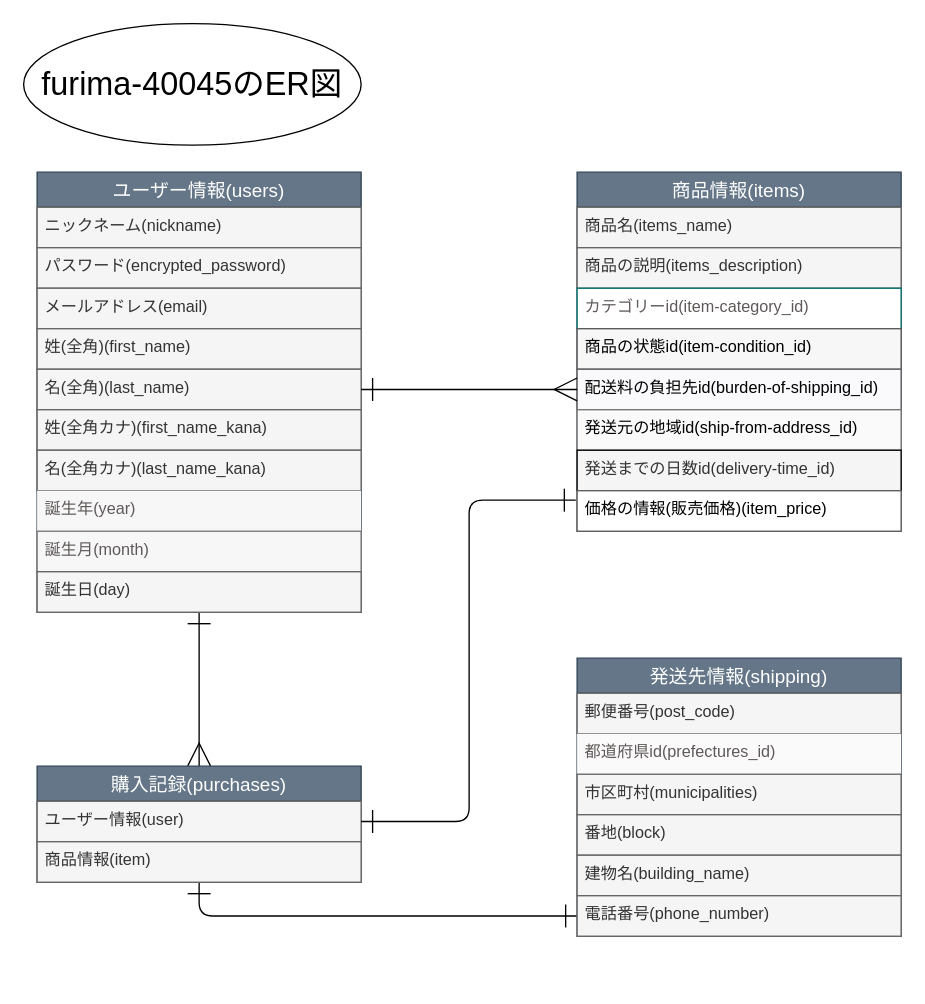
asukyu00/furima-40045 keeps this draw.io diagram as page "ページ1" (1 of 2) of furimaER.dio. Above is the earlier version. Source tidied: cells renumbered, new cells numbered last; positions are measured from the earlier drawing's top-left corner, leaving out a move shared by most shapes. Both pictures are drawn from the tidied source at 135%, with x=0, y=0 at pixel (23, 23).
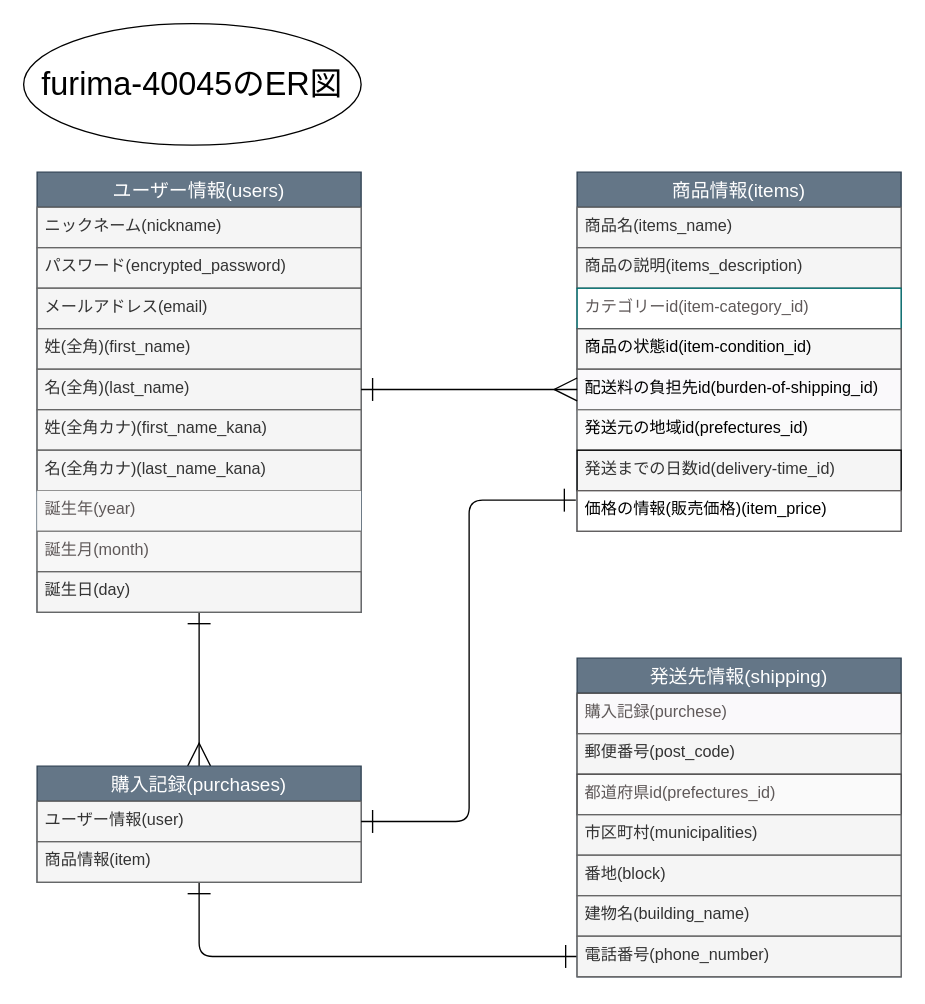
After the change.

Unchanged cells that the change refers to:
```xml
<mxCell id="15" value="商品情報(items)" style="swimlane;fontStyle=0;horizontal=1;startSize=26;align=center;fontSize=14;strokeColor=#314354;fillColor=#647687;fontColor=#ffffff;" parent="1" vertex="1">
  <mxGeometry x="410" y="110" width="240" height="266" as="geometry" />
</mxCell>
```

Change to the diagram source:
```diff
@@
-    <mxCell id="21" value="発送元の地域id(ship-from-address_id)" style="text;strokeColor=#787878;fillColor=#fafafa;spacingLeft=4;spacingRight=4;overflow=hidden;fontSize=12;fontColor=#000000;" parent="15" vertex="1">
+    <mxCell id="21" value="発送元の地域id(prefectures_id)" style="text;strokeColor=#787878;fillColor=#fafafa;spacingLeft=4;spacingRight=4;overflow=hidden;fontSize=12;fontColor=#000000;" parent="15" vertex="1">
       <mxGeometry y="176" width="240" height="30" as="geometry" />
     </mxCell>
@@
     <mxCell id="28" value="発送先情報(shipping)" style="swimlane;fontStyle=0;horizontal=1;startSize=26;align=center;fontSize=14;strokeColor=#314354;fillColor=#647687;fontColor=#ffffff;" parent="1" vertex="1">
-      <mxGeometry x="410" y="470" width="240" height="206" as="geometry" />
+      <mxGeometry x="410" y="470" width="240" height="236" as="geometry" />
     </mxCell>
+    <mxCell id="37" value="購入記録(purchese)" style="text;strokeColor=#4d4d4d;fillColor=#faf9fb;spacingLeft=4;spacingRight=4;overflow=hidden;fontSize=12;fontColor=#5f5959;" parent="28" vertex="1">
+      <mxGeometry y="26" width="240" height="30" as="geometry" />
+    </mxCell>
     <mxCell id="29" value="郵便番号(post_code)" style="text;strokeColor=#666666;fillColor=#f5f5f5;spacingLeft=4;spacingRight=4;overflow=hidden;fontSize=12;fontColor=#333333;" parent="28" vertex="1">
-      <mxGeometry y="26" width="240" height="30" as="geometry" />
+      <mxGeometry y="56" width="240" height="30" as="geometry" />
     </mxCell>
-    <mxCell id="30" value="都道府県id(prefectures_id)&#10;" style="text;strokeColor=none;fillColor=#fafafa;spacingLeft=4;spacingRight=4;overflow=hidden;fontSize=12;fontColor=#5f5959;" parent="28" vertex="1">
-      <mxGeometry y="56" width="240" height="30" as="geometry" />
+    <mxCell id="30" value="都道府県id(prefectures_id)&#10;" style="text;strokeColor=#4b4949;fillColor=#fafafa;spacingLeft=4;spacingRight=4;overflow=hidden;fontSize=12;fontColor=#5f5959;" parent="28" vertex="1">
+      <mxGeometry y="86" width="240" height="30" as="geometry" />
     </mxCell>
     <mxCell id="31" value="市区町村(municipalities)" style="text;strokeColor=#666666;fillColor=#f5f5f5;spacingLeft=4;spacingRight=4;overflow=hidden;fontSize=12;fontColor=#333333;" parent="28" vertex="1">
-      <mxGeometry y="86" width="240" height="30" as="geometry" />
+      <mxGeometry y="116" width="240" height="30" as="geometry" />
     </mxCell>
     <mxCell id="32" value="番地(block)" style="text;strokeColor=#666666;fillColor=#f5f5f5;spacingLeft=4;spacingRight=4;overflow=hidden;fontSize=12;fontColor=#333333;" parent="28" vertex="1">
-      <mxGeometry y="116" width="240" height="30" as="geometry" />
+      <mxGeometry y="146" width="240" height="30" as="geometry" />
     </mxCell>
     <mxCell id="33" value="建物名(building_name)" style="text;strokeColor=#666666;fillColor=#f5f5f5;spacingLeft=4;spacingRight=4;overflow=hidden;fontSize=12;fontColor=#333333;" parent="28" vertex="1">
-      <mxGeometry y="146" width="240" height="30" as="geometry" />
+      <mxGeometry y="176" width="240" height="30" as="geometry" />
     </mxCell>
     <mxCell id="34" value="電話番号(phone_number)" style="text;strokeColor=#666666;fillColor=#f5f5f5;spacingLeft=4;spacingRight=4;overflow=hidden;points=[[0,0.5],[1,0.5]];portConstraint=eastwest;fontSize=12;fontColor=#333333;" parent="28" vertex="1">
-      <mxGeometry y="176" width="240" height="30" as="geometry" />
+      <mxGeometry y="206" width="240" height="30" as="geometry" />
     </mxCell>
```
